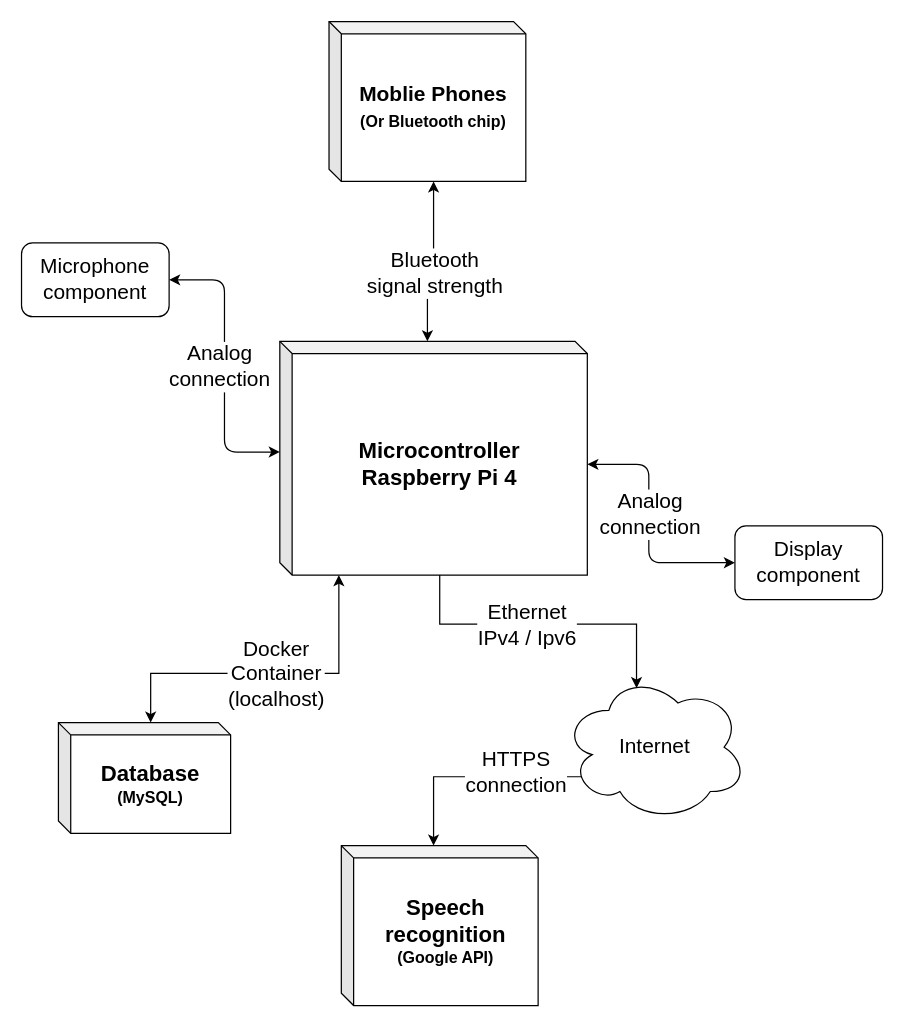
Above: Descripiton/Physical_Decomposition.drawio in TorbenWest/PIOT (draw.io), before the change. Source tidied: cells renumbered, new cells numbered last; positions are measured from the earlier drawing's top-left corner, leaving out a move shared by most shapes. Both pictures are drawn from the tidied source at 123%, with x=0, y=0 at pixel (21, 21).
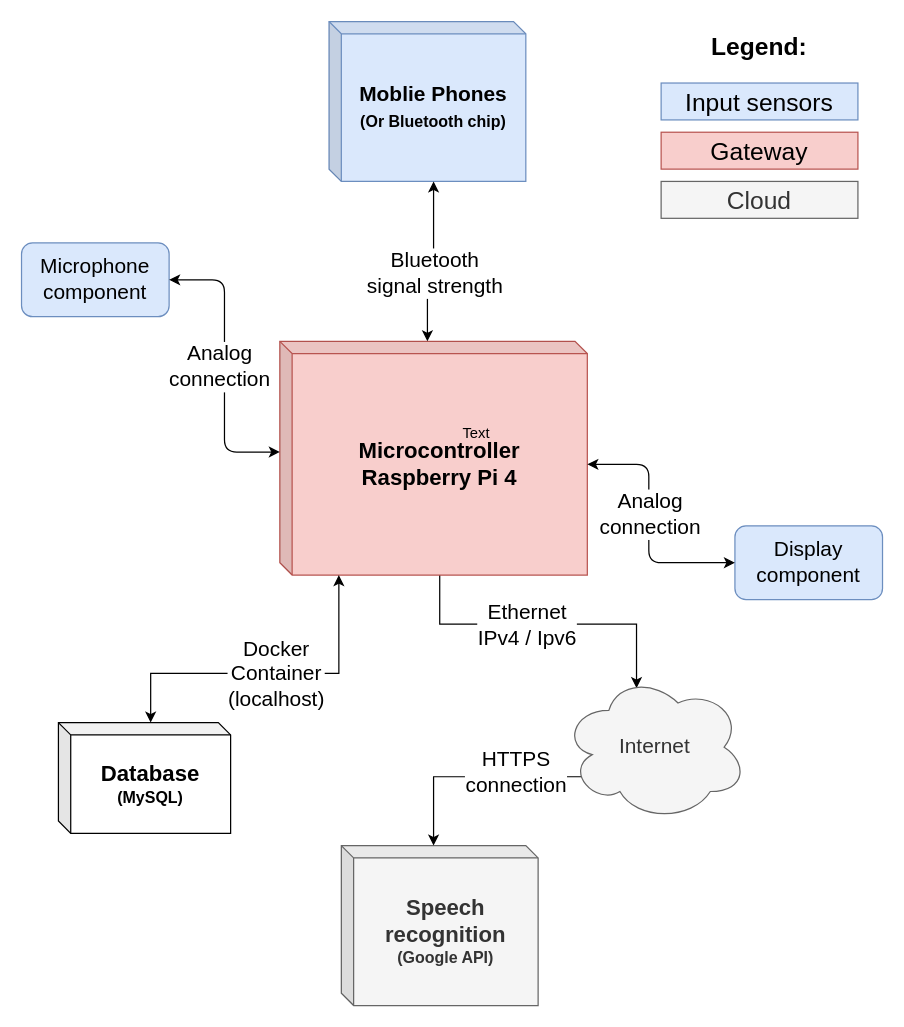
The same diagram, later.

Diff of the diagram source:
```diff
@@
-    <mxCell id="4" value="&lt;font style=&quot;font-size: 18px&quot;&gt;&lt;b&gt;Microcontroller&lt;br&gt;Raspberry Pi 4&lt;/b&gt;&lt;/font&gt;" style="shape=cube;whiteSpace=wrap;html=1;boundedLbl=1;backgroundOutline=1;darkOpacity=0.05;darkOpacity2=0.1;direction=east;size=10;" parent="1" vertex="1">
+    <mxCell id="4" value="&lt;font style=&quot;font-size: 18px&quot;&gt;&lt;b&gt;Microcontroller&lt;br&gt;Raspberry Pi 4&lt;/b&gt;&lt;/font&gt;" style="shape=cube;whiteSpace=wrap;html=1;boundedLbl=1;backgroundOutline=1;darkOpacity=0.05;darkOpacity2=0.1;direction=east;size=10;fillColor=#f8cecc;strokeColor=#b85450;" parent="1" vertex="1">
       <mxGeometry x="210" y="260" width="250" height="190" as="geometry" />
     </mxCell>
-    <mxCell id="5" value="&lt;b&gt;Moblie Phones&lt;br&gt;&lt;font style=&quot;font-size: 13px&quot;&gt;(Or Bluetooth chip)&lt;/font&gt;&lt;br&gt;&lt;/b&gt;" style="shape=cube;whiteSpace=wrap;html=1;boundedLbl=1;backgroundOutline=1;darkOpacity=0.05;darkOpacity2=0.1;size=10;fontSize=17;" parent="1" vertex="1">
+    <mxCell id="5" value="&lt;b&gt;Moblie Phones&lt;br&gt;&lt;font style=&quot;font-size: 13px&quot;&gt;(Or Bluetooth chip)&lt;/font&gt;&lt;br&gt;&lt;/b&gt;" style="shape=cube;whiteSpace=wrap;html=1;boundedLbl=1;backgroundOutline=1;darkOpacity=0.05;darkOpacity2=0.1;size=10;fontSize=17;fillColor=#dae8fc;strokeColor=#6c8ebf;" parent="1" vertex="1">
       <mxGeometry x="250" width="160" height="130" as="geometry" />
     </mxCell>
-    <mxCell id="6" value="&lt;font&gt;&lt;b&gt;&lt;span style=&quot;font-size: 18px&quot;&gt;Speech recognition&lt;/span&gt;&lt;br&gt;&lt;font style=&quot;font-size: 13px&quot;&gt;(Google API)&lt;/font&gt;&lt;/b&gt;&lt;/font&gt;" style="shape=cube;whiteSpace=wrap;html=1;boundedLbl=1;backgroundOutline=1;darkOpacity=0.05;darkOpacity2=0.1;size=10;" parent="1" vertex="1">
+    <mxCell id="6" value="&lt;font&gt;&lt;b&gt;&lt;span style=&quot;font-size: 18px&quot;&gt;Speech recognition&lt;/span&gt;&lt;br&gt;&lt;font style=&quot;font-size: 13px&quot;&gt;(Google API)&lt;/font&gt;&lt;/b&gt;&lt;/font&gt;" style="shape=cube;whiteSpace=wrap;html=1;boundedLbl=1;backgroundOutline=1;darkOpacity=0.05;darkOpacity2=0.1;size=10;fillColor=#f5f5f5;fontColor=#333333;strokeColor=#666666;" parent="1" vertex="1">
       <mxGeometry x="260" y="670" width="160" height="130" as="geometry" />
     </mxCell>
@@
-    <mxCell id="8" value="Microphone&lt;br&gt;component" style="rounded=1;whiteSpace=wrap;html=1;fontSize=17;" parent="1" vertex="1">
+    <mxCell id="8" value="Microphone&lt;br&gt;component" style="rounded=1;whiteSpace=wrap;html=1;fontSize=17;fillColor=#dae8fc;strokeColor=#6c8ebf;" parent="1" vertex="1">
       <mxGeometry y="180" width="120" height="60" as="geometry" />
     </mxCell>
@@
-    <mxCell id="11" value="Internet" style="ellipse;shape=cloud;whiteSpace=wrap;html=1;fontSize=17;" parent="1" vertex="1">
+    <mxCell id="11" value="Internet" style="ellipse;shape=cloud;whiteSpace=wrap;html=1;fontSize=17;fillColor=#f5f5f5;fontColor=#333333;strokeColor=#666666;" parent="1" vertex="1">
       <mxGeometry x="440" y="530" width="150" height="120" as="geometry" />
     </mxCell>
-    <mxCell id="12" value="Display&lt;br&gt;component" style="rounded=1;whiteSpace=wrap;html=1;fontSize=17;" parent="1" vertex="1">
+    <mxCell id="12" value="Display&lt;br&gt;component" style="rounded=1;whiteSpace=wrap;html=1;fontSize=17;fillColor=#dae8fc;strokeColor=#6c8ebf;" parent="1" vertex="1">
       <mxGeometry x="580" y="410" width="120" height="60" as="geometry" />
     </mxCell>
@@
+    <mxCell id="21" value="Text" style="text;html=1;strokeColor=none;fillColor=none;align=center;verticalAlign=middle;whiteSpace=wrap;rounded=0;" parent="1" vertex="1">
+      <mxGeometry x="340" y="320" width="60" height="30" as="geometry" />
+    </mxCell>
+    <mxCell id="22" value="Legend:" style="text;html=1;strokeColor=none;fillColor=none;align=center;verticalAlign=middle;whiteSpace=wrap;rounded=0;fontSize=20;fontStyle=1;" parent="1" vertex="1">
+      <mxGeometry x="520" width="160" height="40" as="geometry" />
+    </mxCell>
+    <mxCell id="23" value="Input sensors" style="text;html=1;strokeColor=#6c8ebf;fillColor=#dae8fc;align=center;verticalAlign=middle;whiteSpace=wrap;rounded=0;fontSize=20;" parent="1" vertex="1">
+      <mxGeometry x="520" y="50" width="160" height="30" as="geometry" />
+    </mxCell>
+    <mxCell id="24" value="Gateway" style="text;html=1;strokeColor=#b85450;fillColor=#f8cecc;align=center;verticalAlign=middle;whiteSpace=wrap;rounded=0;fontSize=20;" parent="1" vertex="1">
+      <mxGeometry x="520" y="90" width="160" height="30" as="geometry" />
+    </mxCell>
+    <mxCell id="25" value="Cloud" style="text;html=1;strokeColor=#666666;fillColor=#f5f5f5;align=center;verticalAlign=middle;whiteSpace=wrap;rounded=0;fontSize=20;fontColor=#333333;" parent="1" vertex="1">
+      <mxGeometry x="520" y="130" width="160" height="30" as="geometry" />
+    </mxCell>
```
